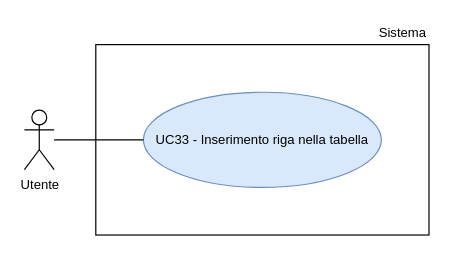
Before: RTB/doc_esterna/analisi-dei-requisiti/assets/draw.io/UC33.drawio in thebitless-group-swe/thebitless.github.io, a draw.io diagram. Source tidied: cells renumbered, new cells numbered last; positions are measured from the earlier drawing's top-left corner, leaving out a move shared by most shapes. Both pictures are drawn from the tidied source at 119%, with x=0, y=0 at pixel (24, 20).
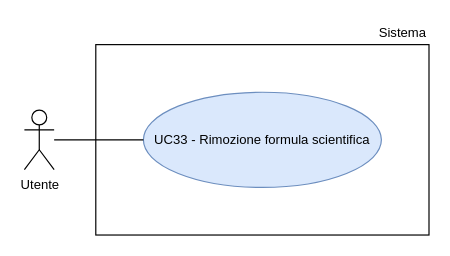
Above is the later version.

What changed in the source:
```diff
@@
 <mxGraphModel>
   <root>
     <mxCell id="0" />
     <mxCell id="1" parent="0" />
     <mxCell id="2" value="Utente" style="shape=umlActor;verticalLabelPosition=bottom;verticalAlign=top;html=1;outlineConnect=0;fontSize=11;" parent="1" vertex="1">
       <mxGeometry y="75" width="25" height="50" as="geometry" />
     </mxCell>
     <mxCell id="3" style="rounded=0;whiteSpace=wrap;html=1;strokeWidth=1;" parent="1" vertex="1">
       <mxGeometry x="60" y="20" width="280" height="160" as="geometry" />
     </mxCell>
     <mxCell id="4" value="Sistema" style="text;html=1;whiteSpace=wrap;strokeColor=none;fillColor=none;align=right;verticalAlign=middle;fontSize=11;" parent="1" vertex="1">
       <mxGeometry x="270" width="70" height="20" as="geometry" />
     </mxCell>
-    <mxCell id="5" value="UC33 - Inserimento riga nella tabella" style="ellipse;whiteSpace=wrap;html=1;fillColor=#dae8fc;strokeColor=#6c8ebf;fontSize=11;" parent="1" vertex="1">
+    <mxCell id="5" value="UC33 - Rimozione formula scientifica" style="ellipse;whiteSpace=wrap;html=1;fillColor=#dae8fc;strokeColor=#6c8ebf;fontSize=11;" parent="1" vertex="1">
       <mxGeometry x="100" y="60" width="200" height="80" as="geometry" />
     </mxCell>
     <mxCell id="6" style="edgeStyle=none;rounded=0;jettySize=auto;html=1;endArrow=none;endFill=0;" parent="1" edge="1" source="2" target="5">
       <mxGeometry relative="1" as="geometry" />
     </mxCell>
   </root>
 </mxGraphModel>
```
